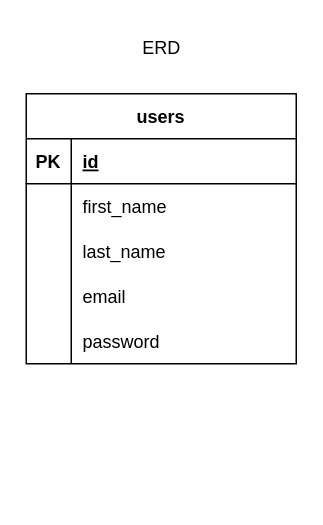
Above: diagrams/erd.drawio in Jflores-Ch/Spring-Project-Pool-Reservation-Web (draw.io), before the change. Source tidied: cells renumbered, new cells numbered last; positions are measured from the earlier drawing's top-left corner, leaving out a move shared by most shapes. Both pictures are drawn from the tidied source at 150%, with x=0, y=0 at pixel (26, 26).
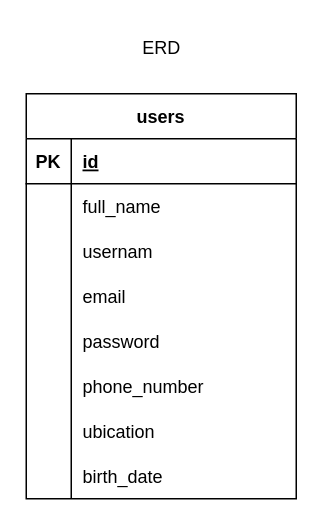
The same page after the edit.

Commit message:
add user table

The change refers to these unchanged cells:
```xml
<mxCell id="6" style="shape=tableRow;horizontal=0;startSize=0;swimlaneHead=0;swimlaneBody=0;fillColor=none;top=0;left=0;right=0;bottom=0;" parent="2" vertex="1">
  <mxGeometry y="60" width="180" height="30" as="geometry" />
</mxCell>
<mxCell id="9" style="shape=tableRow;horizontal=0;startSize=0;swimlaneHead=0;swimlaneBody=0;fillColor=none;top=0;left=0;right=0;bottom=0;" parent="2" vertex="1">
  <mxGeometry y="90" width="180" height="30" as="geometry" />
</mxCell>
```

Diff of the diagram source:
```diff
@@
     <mxCell id="2" value="users" style="shape=table;startSize=30;childLayout=tableLayout;rowLines=0;fontStyle=1;align=center;" parent="1" vertex="1">
-      <mxGeometry y="45" width="180" height="180" as="geometry" />
+      <mxGeometry y="45" width="180" height="270" as="geometry" />
     </mxCell>
@@
-    <mxCell id="8" value="first_name " style="shape=partialRectangle;fillColor=none;top=0;left=0;bottom=0;right=0;align=left;spacingLeft=6;overflow=hidden;" parent="6" vertex="1">
+    <mxCell id="8" value="full_name" style="shape=partialRectangle;fillColor=none;top=0;left=0;bottom=0;right=0;align=left;spacingLeft=6;overflow=hidden;" parent="6" vertex="1">
       <mxGeometry x="30" width="150" height="30" as="geometry" />
     </mxCell>
@@
-    <mxCell id="11" value="last_name" style="shape=partialRectangle;fillColor=none;top=0;left=0;bottom=0;right=0;align=left;spacingLeft=6;overflow=hidden;" parent="9" vertex="1">
+    <mxCell id="11" value="usernam" style="shape=partialRectangle;fillColor=none;top=0;left=0;bottom=0;right=0;align=left;spacingLeft=6;overflow=hidden;" parent="9" vertex="1">
       <mxGeometry x="30" width="150" height="30" as="geometry" />
     </mxCell>
@@
+    <mxCell id="19" style="shape=tableRow;horizontal=0;startSize=0;swimlaneHead=0;swimlaneBody=0;fillColor=none;top=0;left=0;right=0;bottom=0;" parent="2" vertex="1">
+      <mxGeometry y="180" width="180" height="30" as="geometry" />
+    </mxCell>
+    <mxCell id="20" style="shape=partialRectangle;fillColor=none;top=0;left=0;bottom=0;right=0;overflow=hidden;" parent="19" vertex="1">
+      <mxGeometry width="30" height="30" as="geometry" />
+    </mxCell>
+    <mxCell id="21" value="phone_number" style="shape=partialRectangle;fillColor=none;top=0;left=0;bottom=0;right=0;align=left;spacingLeft=6;overflow=hidden;" parent="19" vertex="1">
+      <mxGeometry x="30" width="150" height="30" as="geometry" />
+    </mxCell>
+    <mxCell id="22" style="shape=tableRow;horizontal=0;startSize=0;swimlaneHead=0;swimlaneBody=0;fillColor=none;top=0;left=0;right=0;bottom=0;" parent="2" vertex="1">
+      <mxGeometry y="210" width="180" height="30" as="geometry" />
+    </mxCell>
+    <mxCell id="23" style="shape=partialRectangle;fillColor=none;top=0;left=0;bottom=0;right=0;overflow=hidden;" parent="22" vertex="1">
+      <mxGeometry width="30" height="30" as="geometry" />
+    </mxCell>
+    <mxCell id="24" value="ubication" style="shape=partialRectangle;fillColor=none;top=0;left=0;bottom=0;right=0;align=left;spacingLeft=6;overflow=hidden;" parent="22" vertex="1">
+      <mxGeometry x="30" width="150" height="30" as="geometry" />
+    </mxCell>
+    <mxCell id="25" style="shape=tableRow;horizontal=0;startSize=0;swimlaneHead=0;swimlaneBody=0;fillColor=none;top=0;left=0;right=0;bottom=0;" parent="2" vertex="1">
+      <mxGeometry y="240" width="180" height="30" as="geometry" />
+    </mxCell>
+    <mxCell id="26" style="shape=partialRectangle;fillColor=none;top=0;left=0;bottom=0;right=0;overflow=hidden;" parent="25" vertex="1">
+      <mxGeometry width="30" height="30" as="geometry" />
+    </mxCell>
+    <mxCell id="27" value="birth_date" style="shape=partialRectangle;fillColor=none;top=0;left=0;bottom=0;right=0;align=left;spacingLeft=6;overflow=hidden;" parent="25" vertex="1">
+      <mxGeometry x="30" width="150" height="30" as="geometry" />
+    </mxCell>
```
